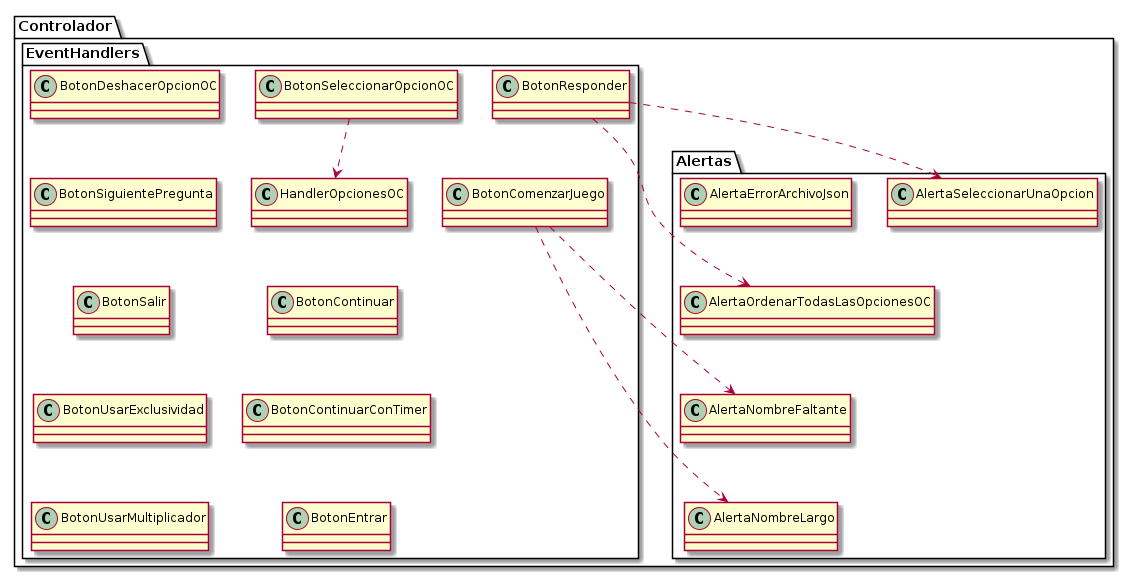
The PlantUML diagram Documentacion/out/Diagramas de Clases/Diagrama de Clases Controladores/Diagrama de Clases Controladores.png in gcc-cdimatteo/Algoritmos-y-Programacion-III-75.07, before a commit.
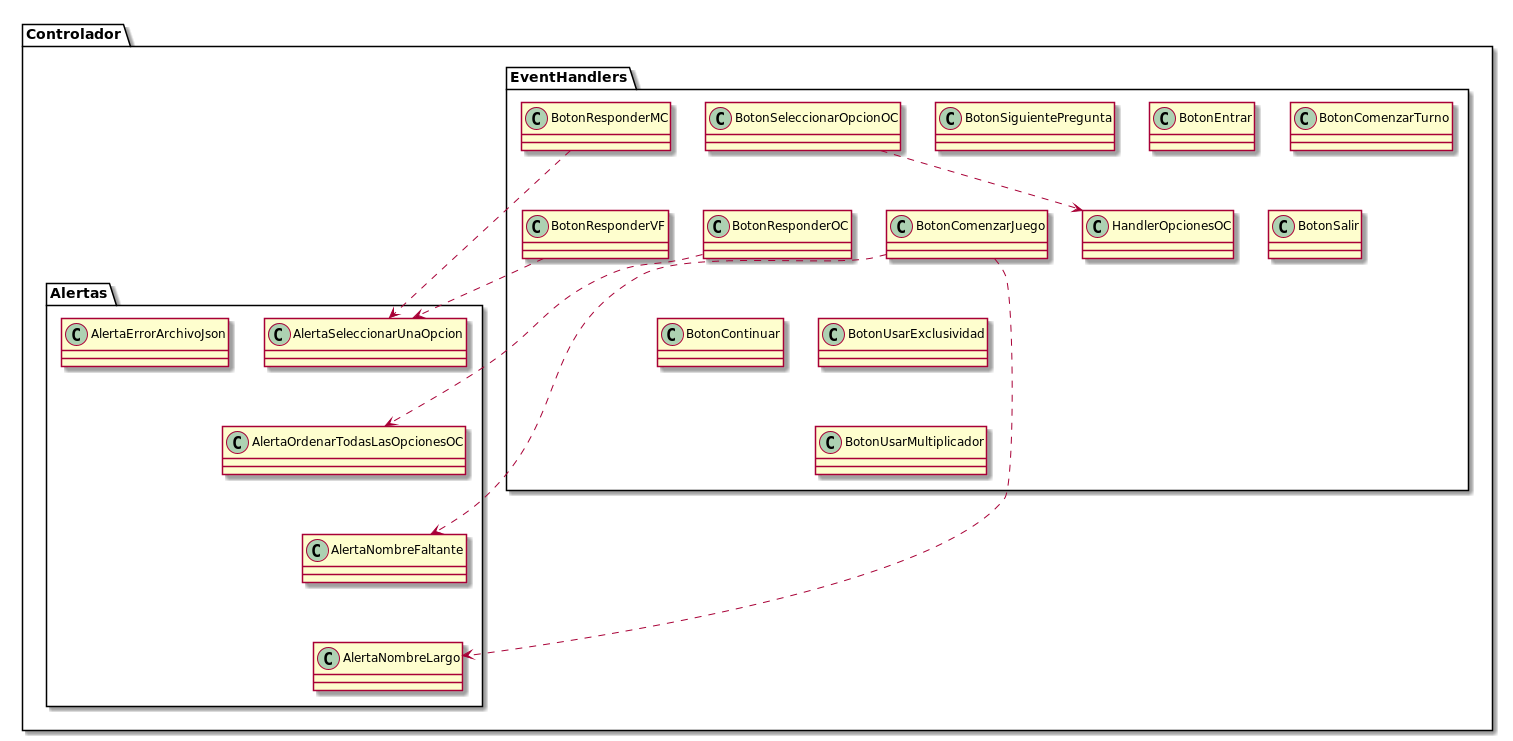
The same diagram one commit later.

Commit message:
Actualización de diagramas controladores

The edit, as a diff of the source:
```diff
@@ -13,11 +13,13 @@
 
     package EventHandlers {
         class BotonComenzarJuego
+        class BotonComenzarTurno
         class BotonContinuar
-        class BotonContinuarConTimer
-        class BotonDeshacerOpcionOC
         class BotonEntrar
-        class BotonResponder
+        class BotonResponderMC
+        class BotonResponderOC
+        class BotonResponderVF
+        class BotonResponderOC
         class BotonSalir
         class BotonSeleccionarOpcionOC
         class BotonSiguientePregunta
@@ -30,12 +32,10 @@
 AlertaNombreLargo -up[hidden]-> AlertaNombreFaltante
 AlertaNombreFaltante -up[hidden]-> AlertaOrdenarTodasLasOpcionesOC
 AlertaOrdenarTodasLasOpcionesOC -up[hidden]-> AlertaSeleccionarUnaOpcion
-BotonResponder -[hidden]-> BotonComenzarJuego
+BotonResponderMC -[hidden]-> BotonComenzarJuego
 HandlerOpcionesOC -[hidden]-> BotonContinuar
-BotonContinuar -[hidden]-> BotonContinuarConTimer
-BotonContinuarConTimer -[hidden]-> BotonEntrar
-BotonSeleccionarOpcionOC -left[hidden]-> BotonDeshacerOpcionOC
-BotonDeshacerOpcionOC -[hidden]-> BotonSiguientePregunta
+BotonResponderOC -[hidden]-> BotonContinuar
+BotonResponderVF -[hidden]-> BotonContinuar
 BotonSiguientePregunta -[hidden]-> BotonSalir
 BotonSalir -[hidden]-> BotonUsarExclusividad
 BotonUsarExclusividad -[hidden]-> BotonUsarMultiplicador
@@ -46,8 +46,9 @@
 
 BotonComenzarJuego ..> AlertaNombreFaltante
 BotonComenzarJuego ..> AlertaNombreLargo
-BotonResponder ..> AlertaSeleccionarUnaOpcion
-BotonResponder .right.> AlertaOrdenarTodasLasOpcionesOC
+BotonResponderMC ..> AlertaSeleccionarUnaOpcion
+BotonResponderVF ..> AlertaSeleccionarUnaOpcion
+BotonResponderOC .right.> AlertaOrdenarTodasLasOpcionesOC
 BotonSeleccionarOpcionOC ..> HandlerOpcionesOC
 
 
```
